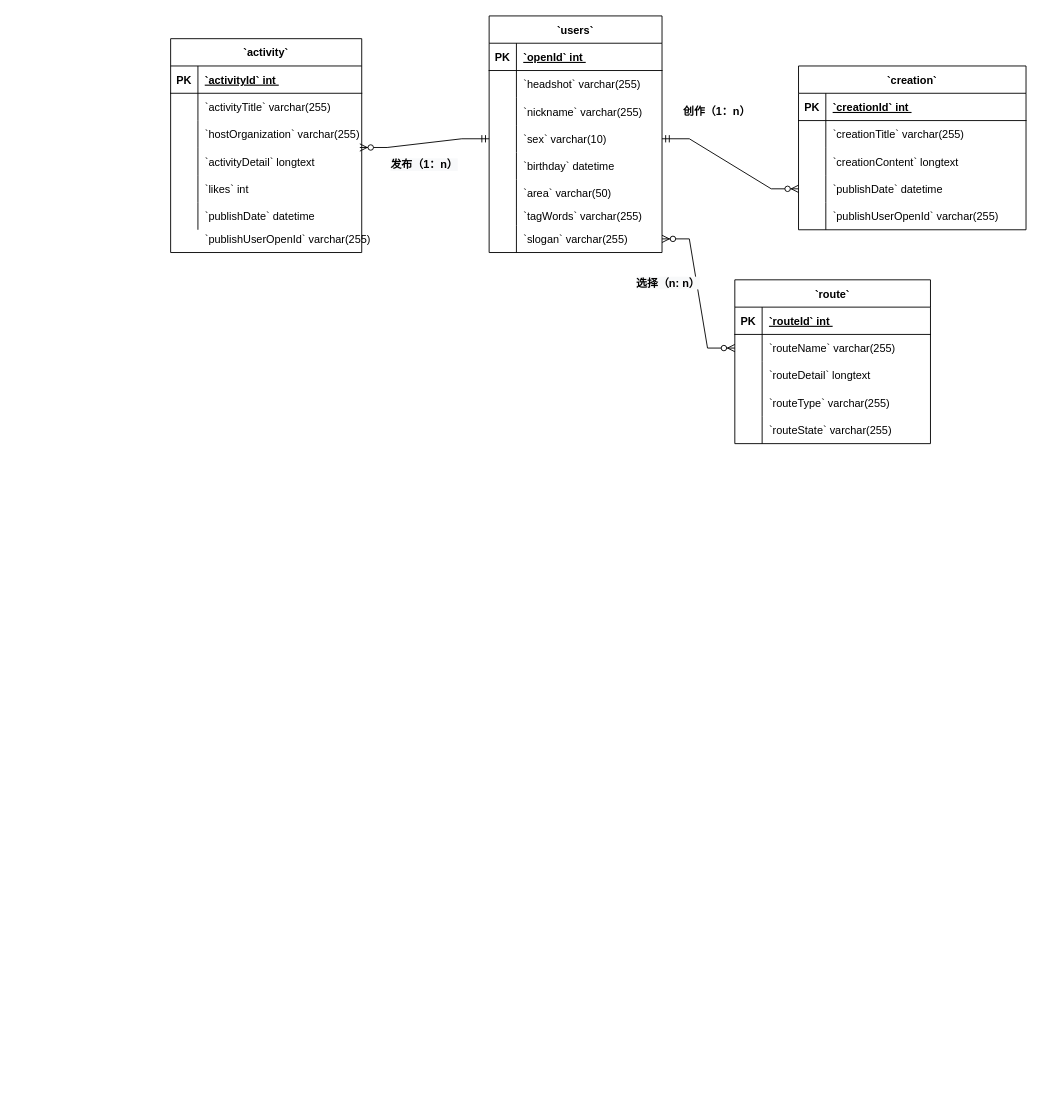
Earlier version of the draw.io diagram cityWalk/高校版ER图.drawio (Richerlv/MyGraph). Source tidied: cells renumbered, new cells numbered last; positions are measured from the earlier drawing's top-left corner, leaving out a move shared by most shapes. Both pictures are drawn from the tidied source at 91%, with x=0, y=0 at pixel (170, 15).
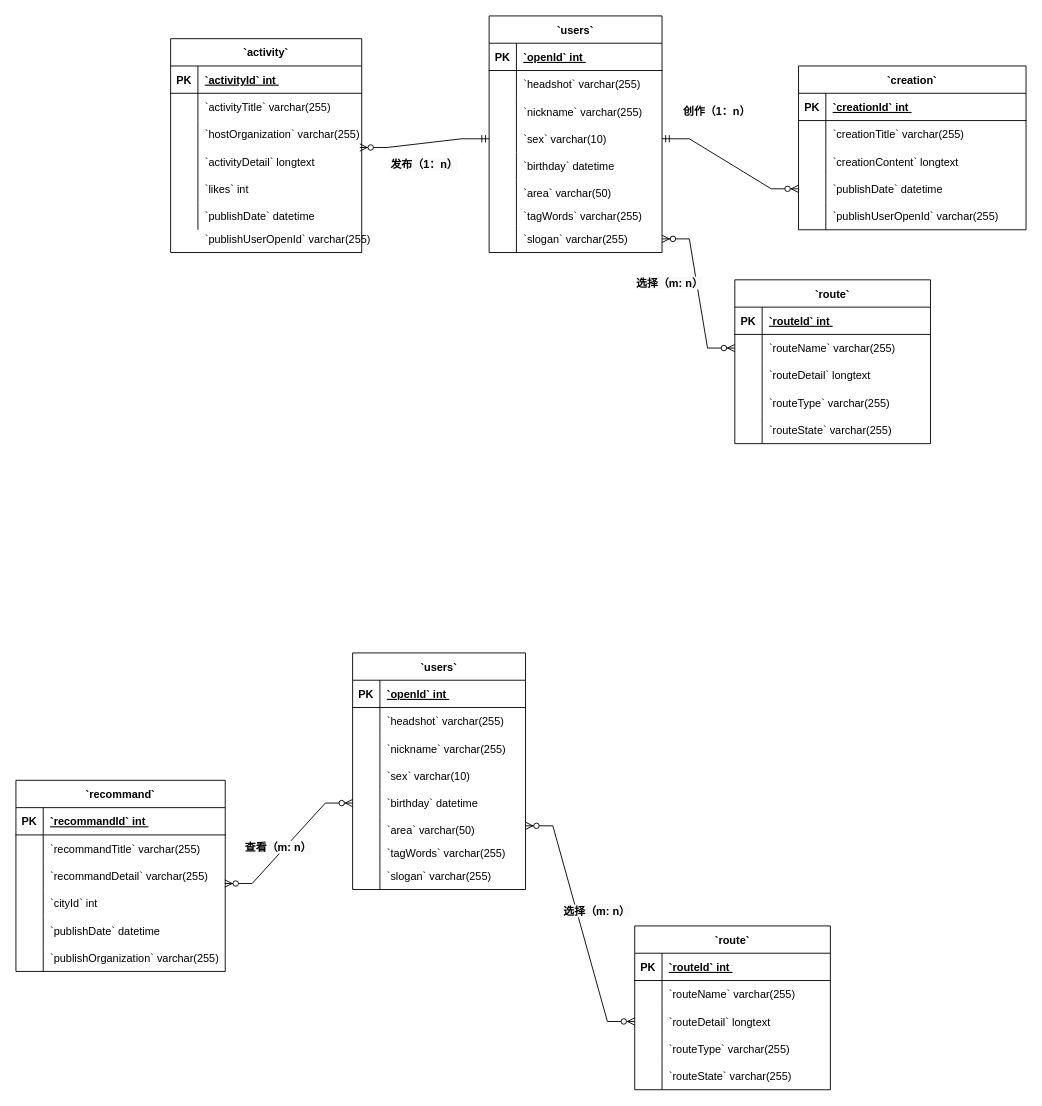
The same page after the edit.

Commit message:
更新高校版ER图.drawio

What changed in the source:
```diff
@@
-    <mxCell id="83" value="&lt;b style=&quot;color: rgb(0, 0, 0); font-family: Helvetica; font-size: 12px; font-style: normal; font-variant-ligatures: normal; font-variant-caps: normal; letter-spacing: normal; orphans: 2; text-align: center; text-indent: 0px; text-transform: none; widows: 2; word-spacing: 0px; -webkit-text-stroke-width: 0px; background-color: rgb(248, 249, 250); text-decoration-thickness: initial; text-decoration-style: initial; text-decoration-color: initial;&quot;&gt;选择（n: n）&lt;/b&gt;" style="text;whiteSpace=wrap;html=1;" parent="1" vertex="1">
+    <mxCell id="83" value="&lt;b style=&quot;color: rgb(0, 0, 0); font-family: Helvetica; font-size: 12px; font-style: normal; font-variant-ligatures: normal; font-variant-caps: normal; letter-spacing: normal; orphans: 2; text-align: center; text-indent: 0px; text-transform: none; widows: 2; word-spacing: 0px; -webkit-text-stroke-width: 0px; background-color: rgb(248, 249, 250); text-decoration-thickness: initial; text-decoration-style: initial; text-decoration-color: initial;&quot;&gt;选择（m: n）&lt;/b&gt;" style="text;whiteSpace=wrap;html=1;" parent="1" vertex="1">
       <mxGeometry x="510" y="280" width="110" height="40" as="geometry" />
     </mxCell>
@@
+    <mxCell id="87" value="`users`" style="shape=table;startSize=30;childLayout=tableLayout;rowLines=0;fontStyle=1;align=center;" parent="1" vertex="1">
+      <mxGeometry x="200" y="700" width="190" height="260" as="geometry" />
+    </mxCell>
+    <mxCell id="88" style="shape=tableRow;horizontal=0;startSize=0;swimlaneHead=0;swimlaneBody=0;fillColor=none;top=0;left=0;right=0;bottom=1;" parent="87" vertex="1">
+      <mxGeometry y="30" width="190" height="30" as="geometry" />
+    </mxCell>
+    <mxCell id="89" value="PK" style="shape=partialRectangle;overflow=hidden;fillColor=none;top=0;left=0;bottom=0;right=0;fontStyle=1;" parent="88" vertex="1">
+      <mxGeometry width="30" height="30" as="geometry" />
+    </mxCell>
+    <mxCell id="90" value="`openId` int " style="shape=partialRectangle;overflow=hidden;fillColor=none;align=left;top=0;left=0;bottom=0;right=0;spacingLeft=6;fontStyle=5;" parent="88" vertex="1">
+      <mxGeometry x="30" width="160" height="30" as="geometry" />
+    </mxCell>
+    <mxCell id="91" style="shape=tableRow;horizontal=0;startSize=0;swimlaneHead=0;swimlaneBody=0;fillColor=none;top=0;left=0;right=0;bottom=0;" parent="87" vertex="1">
+      <mxGeometry y="60" width="190" height="30" as="geometry" />
+    </mxCell>
+    <mxCell id="92" style="shape=partialRectangle;overflow=hidden;fillColor=none;top=0;left=0;bottom=0;right=0;" parent="91" vertex="1">
+      <mxGeometry width="30" height="30" as="geometry" />
+    </mxCell>
+    <mxCell id="93" value="`headshot` varchar(255) " style="shape=partialRectangle;overflow=hidden;fillColor=none;align=left;top=0;left=0;bottom=0;right=0;spacingLeft=6;" parent="91" vertex="1">
+      <mxGeometry x="30" width="160" height="30" as="geometry" />
+    </mxCell>
+    <mxCell id="94" style="shape=tableRow;horizontal=0;startSize=0;swimlaneHead=0;swimlaneBody=0;fillColor=none;top=0;left=0;right=0;bottom=0;" parent="87" vertex="1">
+      <mxGeometry y="90" width="190" height="30" as="geometry" />
+    </mxCell>
+    <mxCell id="95" style="shape=partialRectangle;overflow=hidden;fillColor=none;top=0;left=0;bottom=0;right=0;" parent="94" vertex="1">
+      <mxGeometry width="30" height="30" as="geometry" />
+    </mxCell>
+    <mxCell id="96" value="`nickname` varchar(255) " style="shape=partialRectangle;overflow=hidden;fillColor=none;align=left;top=0;left=0;bottom=0;right=0;spacingLeft=6;" parent="94" vertex="1">
+      <mxGeometry x="30" width="160" height="30" as="geometry" />
+    </mxCell>
+    <mxCell id="97" style="shape=tableRow;horizontal=0;startSize=0;swimlaneHead=0;swimlaneBody=0;fillColor=none;top=0;left=0;right=0;bottom=0;" parent="87" vertex="1">
+      <mxGeometry y="120" width="190" height="30" as="geometry" />
+    </mxCell>
+    <mxCell id="98" style="shape=partialRectangle;overflow=hidden;fillColor=none;top=0;left=0;bottom=0;right=0;" parent="97" vertex="1">
+      <mxGeometry width="30" height="30" as="geometry" />
+    </mxCell>
+    <mxCell id="99" value="`sex` varchar(10) " style="shape=partialRectangle;overflow=hidden;fillColor=none;align=left;top=0;left=0;bottom=0;right=0;spacingLeft=6;" parent="97" vertex="1">
+      <mxGeometry x="30" width="160" height="30" as="geometry" />
+    </mxCell>
+    <mxCell id="100" style="shape=tableRow;horizontal=0;startSize=0;swimlaneHead=0;swimlaneBody=0;fillColor=none;points=[[0,0.5],[1,0.5]];portConstraint=eastwest;top=0;left=0;right=0;bottom=0;" parent="87" vertex="1">
+      <mxGeometry y="150" width="190" height="30" as="geometry" />
+    </mxCell>
+    <mxCell id="101" style="shape=partialRectangle;overflow=hidden;fillColor=none;top=0;left=0;bottom=0;right=0;" parent="100" vertex="1">
+      <mxGeometry width="30" height="30" as="geometry" />
+    </mxCell>
+    <mxCell id="102" value="`birthday` datetime" style="shape=partialRectangle;overflow=hidden;fillColor=none;align=left;top=0;left=0;bottom=0;right=0;spacingLeft=6;" parent="100" vertex="1">
+      <mxGeometry x="30" width="160" height="30" as="geometry" />
+    </mxCell>
+    <mxCell id="103" style="shape=tableRow;horizontal=0;startSize=0;swimlaneHead=0;swimlaneBody=0;fillColor=none;top=0;left=0;right=0;bottom=0;" parent="87" vertex="1">
+      <mxGeometry y="180" width="190" height="30" as="geometry" />
+    </mxCell>
+    <mxCell id="104" style="shape=partialRectangle;overflow=hidden;fillColor=none;top=0;left=0;bottom=0;right=0;" parent="103" vertex="1">
+      <mxGeometry width="30" height="30" as="geometry" />
+    </mxCell>
+    <mxCell id="105" value="`area` varchar(50) " style="shape=partialRectangle;overflow=hidden;fillColor=none;align=left;top=0;left=0;bottom=0;right=0;spacingLeft=6;" parent="103" vertex="1">
+      <mxGeometry x="30" width="160" height="30" as="geometry" />
+    </mxCell>
+    <mxCell id="106" style="shape=tableRow;horizontal=0;startSize=0;swimlaneHead=0;swimlaneBody=0;fillColor=none;top=0;left=0;right=0;bottom=0;" parent="87" vertex="1">
+      <mxGeometry y="210" width="190" height="20" as="geometry" />
+    </mxCell>
+    <mxCell id="107" style="shape=partialRectangle;overflow=hidden;fillColor=none;top=0;left=0;bottom=0;right=0;" parent="106" vertex="1">
+      <mxGeometry width="30" height="20" as="geometry" />
+    </mxCell>
+    <mxCell id="108" value="`tagWords` varchar(255) " style="shape=partialRectangle;overflow=hidden;fillColor=none;align=left;top=0;left=0;bottom=0;right=0;spacingLeft=6;" parent="106" vertex="1">
+      <mxGeometry x="30" width="160" height="20" as="geometry" />
+    </mxCell>
+    <mxCell id="109" style="shape=tableRow;horizontal=0;startSize=0;swimlaneHead=0;swimlaneBody=0;fillColor=none;top=0;left=0;right=0;bottom=0;" parent="87" vertex="1">
+      <mxGeometry y="230" width="190" height="30" as="geometry" />
+    </mxCell>
+    <mxCell id="110" style="shape=partialRectangle;overflow=hidden;fillColor=none;top=0;left=0;bottom=0;right=0;" parent="109" vertex="1">
+      <mxGeometry width="30" height="30" as="geometry" />
+    </mxCell>
+    <mxCell id="111" value="`slogan` varchar(255) " style="shape=partialRectangle;overflow=hidden;fillColor=none;align=left;top=0;left=0;bottom=0;right=0;spacingLeft=6;" parent="109" vertex="1">
+      <mxGeometry x="30" width="160" height="30" as="geometry" />
+    </mxCell>
+    <mxCell id="112" value="`route`" style="shape=table;startSize=30;childLayout=tableLayout;rowLines=0;fontStyle=1;align=center;" parent="1" vertex="1">
+      <mxGeometry x="510" y="1000" width="215" height="180" as="geometry" />
+    </mxCell>
+    <mxCell id="113" style="shape=tableRow;horizontal=0;startSize=0;swimlaneHead=0;swimlaneBody=0;fillColor=none;top=0;left=0;right=0;bottom=1;" parent="112" vertex="1">
+      <mxGeometry y="30" width="215" height="30" as="geometry" />
+    </mxCell>
+    <mxCell id="114" value="PK" style="shape=partialRectangle;overflow=hidden;fillColor=none;top=0;left=0;bottom=0;right=0;fontStyle=1;" parent="113" vertex="1">
+      <mxGeometry width="30" height="30" as="geometry" />
+    </mxCell>
+    <mxCell id="115" value="`routeId` int " style="shape=partialRectangle;overflow=hidden;fillColor=none;align=left;top=0;left=0;bottom=0;right=0;spacingLeft=6;fontStyle=5;" parent="113" vertex="1">
+      <mxGeometry x="30" width="185" height="30" as="geometry" />
+    </mxCell>
+    <mxCell id="116" style="shape=tableRow;horizontal=0;startSize=0;swimlaneHead=0;swimlaneBody=0;fillColor=none;top=0;left=0;right=0;bottom=0;" parent="112" vertex="1">
+      <mxGeometry y="60" width="215" height="30" as="geometry" />
+    </mxCell>
+    <mxCell id="117" style="shape=partialRectangle;overflow=hidden;fillColor=none;top=0;left=0;bottom=0;right=0;" parent="116" vertex="1">
+      <mxGeometry width="30" height="30" as="geometry" />
+    </mxCell>
+    <mxCell id="118" value="`routeName` varchar(255) " style="shape=partialRectangle;overflow=hidden;fillColor=none;align=left;top=0;left=0;bottom=0;right=0;spacingLeft=6;" parent="116" vertex="1">
+      <mxGeometry x="30" width="185" height="30" as="geometry" />
+    </mxCell>
+    <mxCell id="119" style="shape=tableRow;horizontal=0;startSize=0;swimlaneHead=0;swimlaneBody=0;fillColor=none;points=[[0,0.5],[1,0.5]];portConstraint=eastwest;top=0;left=0;right=0;bottom=0;" parent="112" vertex="1">
+      <mxGeometry y="90" width="215" height="30" as="geometry" />
+    </mxCell>
+    <mxCell id="120" style="shape=partialRectangle;overflow=hidden;fillColor=none;top=0;left=0;bottom=0;right=0;" parent="119" vertex="1">
+      <mxGeometry width="30" height="30" as="geometry" />
+    </mxCell>
+    <mxCell id="121" value="`routeDetail` longtext " style="shape=partialRectangle;overflow=hidden;fillColor=none;align=left;top=0;left=0;bottom=0;right=0;spacingLeft=6;" parent="119" vertex="1">
+      <mxGeometry x="30" width="185" height="30" as="geometry" />
+    </mxCell>
+    <mxCell id="122" style="shape=tableRow;horizontal=0;startSize=0;swimlaneHead=0;swimlaneBody=0;fillColor=none;top=0;left=0;right=0;bottom=0;" parent="112" vertex="1">
+      <mxGeometry y="120" width="215" height="30" as="geometry" />
+    </mxCell>
+    <mxCell id="123" style="shape=partialRectangle;overflow=hidden;fillColor=none;top=0;left=0;bottom=0;right=0;" parent="122" vertex="1">
+      <mxGeometry width="30" height="30" as="geometry" />
+    </mxCell>
+    <mxCell id="124" value="`routeType` varchar(255) " style="shape=partialRectangle;overflow=hidden;fillColor=none;align=left;top=0;left=0;bottom=0;right=0;spacingLeft=6;" parent="122" vertex="1">
+      <mxGeometry x="30" width="185" height="30" as="geometry" />
+    </mxCell>
+    <mxCell id="125" style="shape=tableRow;horizontal=0;startSize=0;swimlaneHead=0;swimlaneBody=0;fillColor=none;top=0;left=0;right=0;bottom=0;" parent="112" vertex="1">
+      <mxGeometry y="150" width="215" height="30" as="geometry" />
+    </mxCell>
+    <mxCell id="126" style="shape=partialRectangle;overflow=hidden;fillColor=none;top=0;left=0;bottom=0;right=0;" parent="125" vertex="1">
+      <mxGeometry width="30" height="30" as="geometry" />
+    </mxCell>
+    <mxCell id="127" value="`routeState` varchar(255) " style="shape=partialRectangle;overflow=hidden;fillColor=none;align=left;top=0;left=0;bottom=0;right=0;spacingLeft=6;" parent="125" vertex="1">
+      <mxGeometry x="30" width="185" height="30" as="geometry" />
+    </mxCell>
+    <mxCell id="128" style="edgeStyle=entityRelationEdgeStyle;fontSize=12;html=1;endArrow=ERzeroToMany;endFill=1;startArrow=ERzeroToMany;rounded=0;entryX=0;entryY=0.5;entryDx=0;entryDy=0;" parent="1" edge="1" target="119">
+      <mxGeometry relative="1" as="geometry">
+        <mxPoint x="390" y="890" as="sourcePoint" />
+      </mxGeometry>
+    </mxCell>
+    <mxCell id="129" value="&lt;b style=&quot;color: rgb(0, 0, 0); font-family: Helvetica; font-size: 12px; font-style: normal; font-variant-ligatures: normal; font-variant-caps: normal; letter-spacing: normal; orphans: 2; text-align: center; text-indent: 0px; text-transform: none; widows: 2; word-spacing: 0px; -webkit-text-stroke-width: 0px; background-color: rgb(248, 249, 250); text-decoration-thickness: initial; text-decoration-style: initial; text-decoration-color: initial;&quot;&gt;选择（m: n）&lt;/b&gt;" style="text;whiteSpace=wrap;html=1;" parent="1" vertex="1">
+      <mxGeometry x="430" y="970" width="80" height="20" as="geometry" />
+    </mxCell>
+    <mxCell id="130" value="`recommand`" style="shape=table;startSize=30;childLayout=tableLayout;rowLines=0;fontStyle=1;align=center;" parent="1" vertex="1">
+      <mxGeometry x="-170" y="840" width="230" height="210" as="geometry" />
+    </mxCell>
+    <mxCell id="131" style="shape=tableRow;horizontal=0;startSize=0;swimlaneHead=0;swimlaneBody=0;fillColor=none;top=0;left=0;right=0;bottom=1;" parent="130" vertex="1">
+      <mxGeometry y="30" width="230" height="30" as="geometry" />
+    </mxCell>
+    <mxCell id="132" value="PK" style="shape=partialRectangle;overflow=hidden;fillColor=none;top=0;left=0;bottom=0;right=0;fontStyle=1;" parent="131" vertex="1">
+      <mxGeometry width="30" height="30" as="geometry" />
+    </mxCell>
+    <mxCell id="133" value="`recommandId` int " style="shape=partialRectangle;overflow=hidden;fillColor=none;align=left;top=0;left=0;bottom=0;right=0;spacingLeft=6;fontStyle=5;" parent="131" vertex="1">
+      <mxGeometry x="30" width="200" height="30" as="geometry" />
+    </mxCell>
+    <mxCell id="134" style="shape=tableRow;horizontal=0;startSize=0;swimlaneHead=0;swimlaneBody=0;fillColor=none;top=0;left=0;right=0;bottom=0;" parent="130" vertex="1">
+      <mxGeometry y="60" width="230" height="30" as="geometry" />
+    </mxCell>
+    <mxCell id="135" style="shape=partialRectangle;overflow=hidden;fillColor=none;top=0;left=0;bottom=0;right=0;" parent="134" vertex="1">
+      <mxGeometry width="30" height="30" as="geometry" />
+    </mxCell>
+    <mxCell id="136" value="`recommandTitle` varchar(255) " style="shape=partialRectangle;overflow=hidden;fillColor=none;align=left;top=0;left=0;bottom=0;right=0;spacingLeft=6;fontStyle=0;" parent="134" vertex="1">
+      <mxGeometry x="30" width="200" height="30" as="geometry" />
+    </mxCell>
+    <mxCell id="137" style="shape=tableRow;horizontal=0;startSize=0;swimlaneHead=0;swimlaneBody=0;fillColor=none;points=[[0,0.5],[1,0.5]];portConstraint=eastwest;top=0;left=0;right=0;bottom=0;" parent="130" vertex="1">
+      <mxGeometry y="90" width="230" height="30" as="geometry" />
+    </mxCell>
+    <mxCell id="138" style="shape=partialRectangle;overflow=hidden;fillColor=none;top=0;left=0;bottom=0;right=0;" parent="137" vertex="1">
+      <mxGeometry width="30" height="30" as="geometry" />
+    </mxCell>
+    <mxCell id="139" value="`recommandDetail` varchar(255) " style="shape=partialRectangle;overflow=hidden;fillColor=none;align=left;top=0;left=0;bottom=0;right=0;spacingLeft=6;" parent="137" vertex="1">
+      <mxGeometry x="30" width="200" height="30" as="geometry" />
+    </mxCell>
+    <mxCell id="140" style="shape=tableRow;horizontal=0;startSize=0;swimlaneHead=0;swimlaneBody=0;fillColor=none;top=0;left=0;right=0;bottom=0;" parent="130" vertex="1">
+      <mxGeometry y="120" width="230" height="30" as="geometry" />
+    </mxCell>
+    <mxCell id="141" style="shape=partialRectangle;overflow=hidden;fillColor=none;top=0;left=0;bottom=0;right=0;" parent="140" vertex="1">
+      <mxGeometry width="30" height="30" as="geometry" />
+    </mxCell>
+    <mxCell id="142" value="`cityId` int " style="shape=partialRectangle;overflow=hidden;fillColor=none;align=left;top=0;left=0;bottom=0;right=0;spacingLeft=6;" parent="140" vertex="1">
+      <mxGeometry x="30" width="200" height="30" as="geometry" />
+    </mxCell>
+    <mxCell id="143" style="shape=tableRow;horizontal=0;startSize=0;swimlaneHead=0;swimlaneBody=0;fillColor=none;top=0;left=0;right=0;bottom=0;" parent="130" vertex="1">
+      <mxGeometry y="150" width="230" height="30" as="geometry" />
+    </mxCell>
+    <mxCell id="144" style="shape=partialRectangle;overflow=hidden;fillColor=none;top=0;left=0;bottom=0;right=0;" parent="143" vertex="1">
+      <mxGeometry width="30" height="30" as="geometry" />
+    </mxCell>
+    <mxCell id="145" value="`publishDate` datetime" style="shape=partialRectangle;overflow=hidden;fillColor=none;align=left;top=0;left=0;bottom=0;right=0;spacingLeft=6;" parent="143" vertex="1">
+      <mxGeometry x="30" width="200" height="30" as="geometry" />
+    </mxCell>
+    <mxCell id="146" style="shape=tableRow;horizontal=0;startSize=0;swimlaneHead=0;swimlaneBody=0;fillColor=none;top=0;left=0;right=0;bottom=0;" parent="130" vertex="1">
+      <mxGeometry y="180" width="230" height="30" as="geometry" />
+    </mxCell>
+    <mxCell id="147" style="shape=partialRectangle;overflow=hidden;fillColor=none;top=0;left=0;bottom=0;right=0;" parent="146" vertex="1">
+      <mxGeometry width="30" height="30" as="geometry" />
+    </mxCell>
+    <mxCell id="148" value="`publishOrganization` varchar(255) " style="shape=partialRectangle;overflow=hidden;fillColor=none;align=left;top=0;left=0;bottom=0;right=0;spacingLeft=6;" parent="146" vertex="1">
+      <mxGeometry x="30" width="200" height="30" as="geometry" />
+    </mxCell>
+    <mxCell id="149" style="edgeStyle=entityRelationEdgeStyle;fontSize=12;html=1;endArrow=ERzeroToMany;endFill=1;startArrow=ERzeroToMany;rounded=0;exitX=0.998;exitY=0.78;exitDx=0;exitDy=0;exitPerimeter=0;" parent="1" edge="1" source="137" target="100">
+      <mxGeometry relative="1" as="geometry" />
+    </mxCell>
+    <mxCell id="150" value="&lt;b style=&quot;color: rgb(0, 0, 0); font-family: Helvetica; font-size: 12px; font-style: normal; font-variant-ligatures: normal; font-variant-caps: normal; letter-spacing: normal; orphans: 2; text-align: center; text-indent: 0px; text-transform: none; widows: 2; word-spacing: 0px; -webkit-text-stroke-width: 0px; background-color: rgb(248, 249, 250); text-decoration-thickness: initial; text-decoration-style: initial; text-decoration-color: initial;&quot;&gt;查看（m: n）&lt;/b&gt;" style="text;whiteSpace=wrap;html=1;" parent="1" vertex="1">
+      <mxGeometry x="80" y="900" width="80" height="20" as="geometry" />
+    </mxCell>
```
